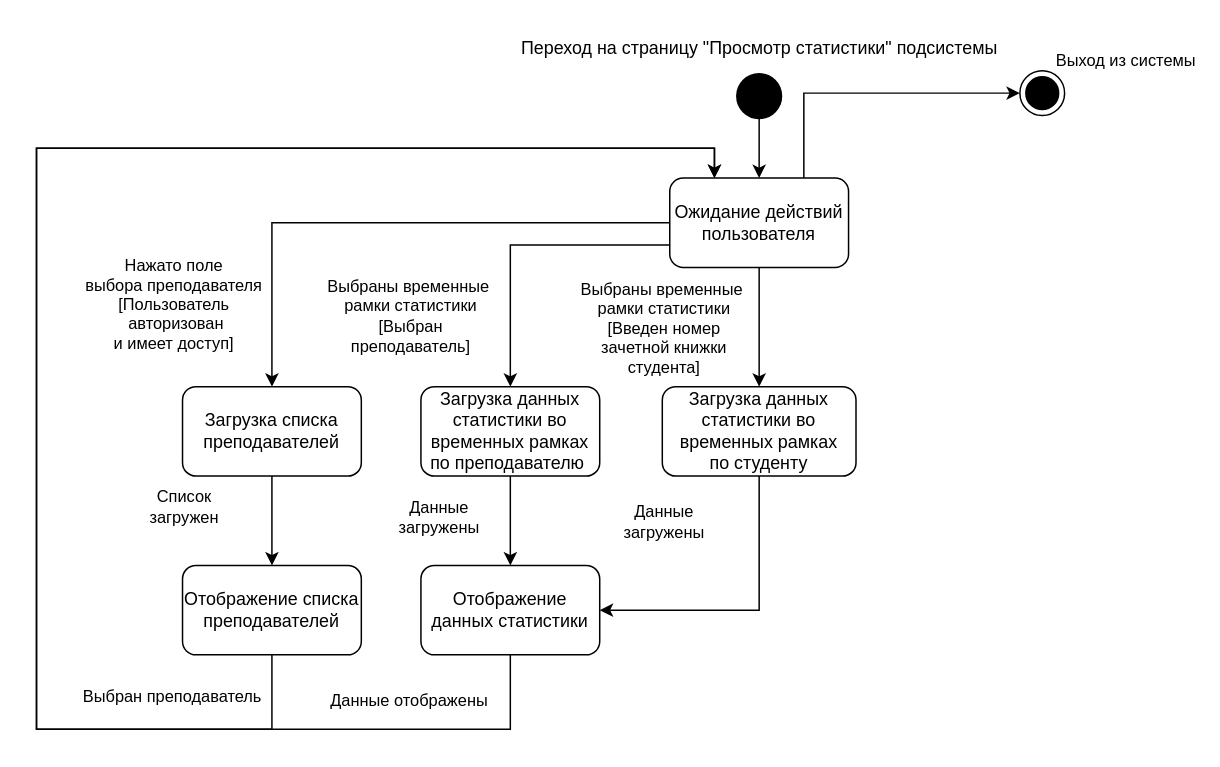
The draw.io diagram page "статистика" (3 of 3) of ВКР/drawio/Состояния_и_переходов.drawio in kuskas112/Labs, before the edit. Source tidied: cells renumbered, new cells numbered last; positions are measured from the earlier drawing's top-left corner, leaving out a move shared by most shapes. Both pictures are drawn from the tidied source at 149%, with x=0, y=0 at pixel (36, 25).
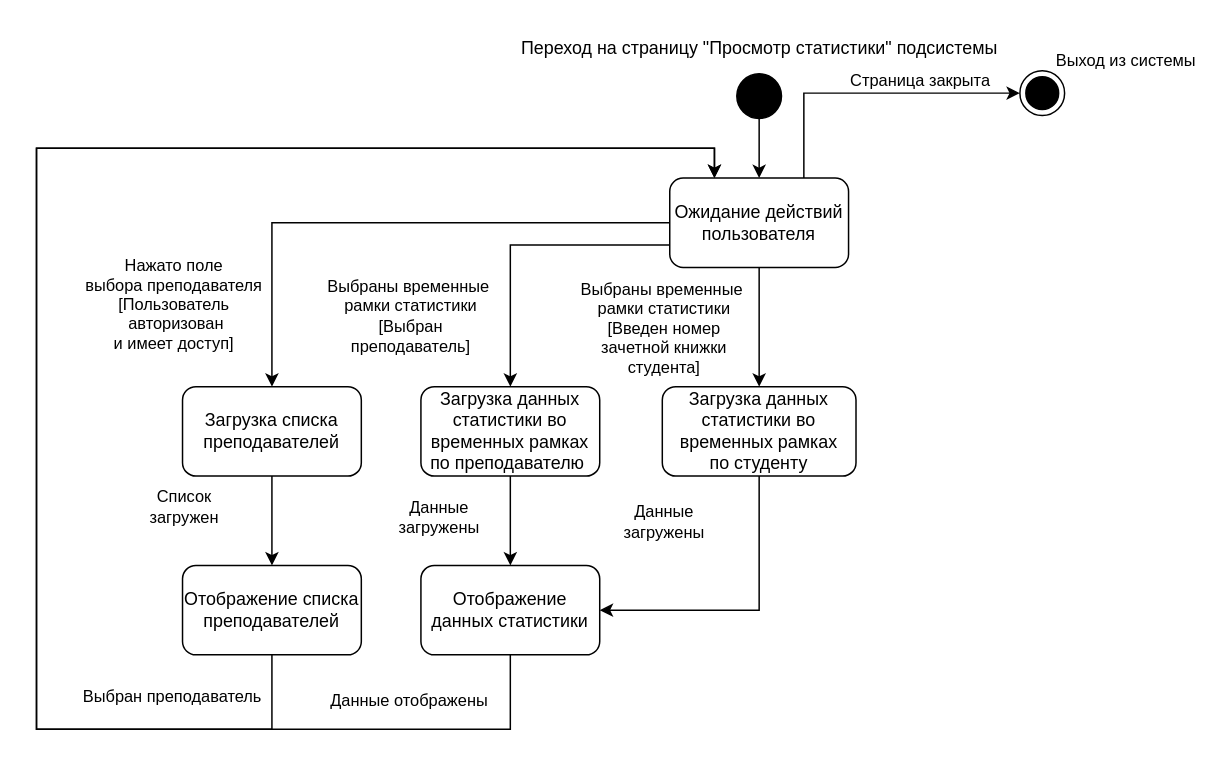
The same diagram, later.

Change to the diagram source:
```diff
@@
+    <mxCell id="30" value="Страница закрыта" style="edgeLabel;html=1;align=center;verticalAlign=middle;" parent="1" vertex="1">
+      <mxGeometry x="620" y="60" as="geometry">
+        <mxPoint x="-28" y="-24" as="offset" />
+      </mxGeometry>
+    </mxCell>
```
